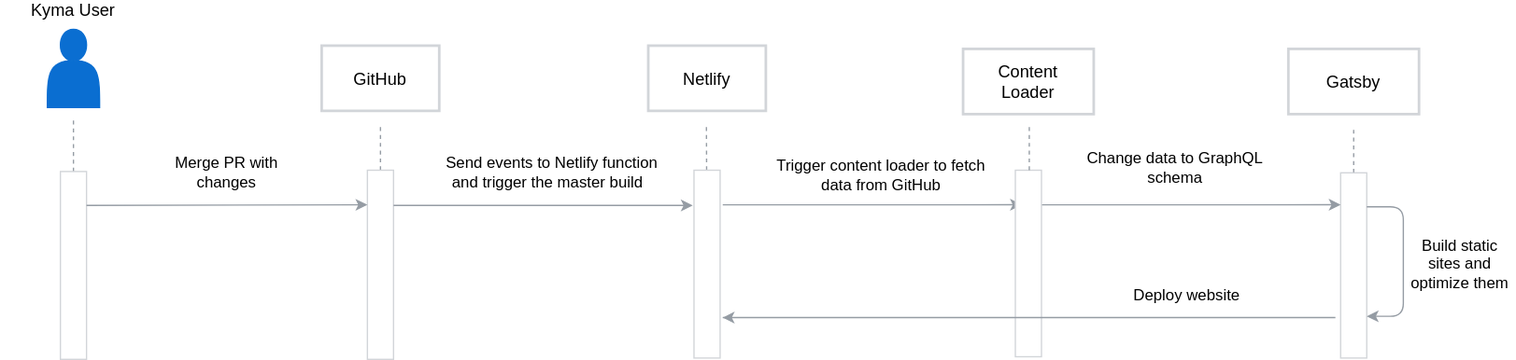
The draw.io diagram content/blog-posts/2020-05-19-kyma-website/building-process.svg in kyma-project/website, before a commit. Source tidied: cells renumbered, new cells last; positions are measured from the earlier drawing's top-left corner, leaving out a move shared by most shapes. Source of this version:
```xml
<mxGraphModel>
  <root>
    <mxCell id="0" />
    <mxCell id="1" parent="0" />
    <mxCell id="2" style="shape=actor;whiteSpace=wrap;html=1;fillColor=#0A6ED1;strokeColor=#0A6ED1;" parent="1" vertex="1">
      <mxGeometry x="35" y="18" width="40" height="60" as="geometry" />
    </mxCell>
    <mxCell id="3" style="endArrow=none;dashed=1;html=1;strokeColor=#959CA4;" parent="1" edge="1" source="5">
      <mxGeometry relative="1" as="geometry">
        <mxPoint x="55" y="88" as="targetPoint" />
      </mxGeometry>
    </mxCell>
    <mxCell id="4" style="endArrow=none;dashed=1;html=1;strokeColor=#959CA4;" parent="1" edge="1" source="6">
      <mxGeometry relative="1" as="geometry">
        <mxPoint x="290" y="90.5" as="targetPoint" />
      </mxGeometry>
    </mxCell>
    <mxCell id="5" style="rounded=0;whiteSpace=wrap;html=1;direction=south;strokeColor=#D2D5D9;" parent="1" vertex="1">
      <mxGeometry x="45" y="127" width="20" height="144" as="geometry" />
    </mxCell>
    <mxCell id="6" style="rounded=0;whiteSpace=wrap;html=1;direction=south;strokeColor=#D2D5D9;" parent="1" vertex="1">
      <mxGeometry x="280" y="126" width="20" height="145" as="geometry" />
    </mxCell>
    <mxCell id="7" style="rounded=0;whiteSpace=wrap;html=1;strokeWidth=2;strokeColor=#D2D5D9;" parent="1" vertex="1">
      <mxGeometry x="245" y="30.5" width="90" height="50" as="geometry" />
    </mxCell>
    <mxCell id="8" style="rounded=0;whiteSpace=wrap;html=1;strokeWidth=2;strokeColor=#D2D5D9;" parent="1" vertex="1">
      <mxGeometry x="736" y="33" width="100" height="50" as="geometry" />
    </mxCell>
    <mxCell id="9" value="&lt;font style=&quot;font-size: 13px&quot;&gt;Content Loader&lt;br&gt;&lt;/font&gt;" style="text;html=1;strokeColor=none;fillColor=none;align=center;verticalAlign=middle;whiteSpace=wrap;rounded=0;" parent="1" vertex="1">
      <mxGeometry x="746" y="45.5" width="80" height="25" as="geometry" />
    </mxCell>
    <mxCell id="10" value="&lt;font style=&quot;font-size: 13px&quot;&gt;Kyma User&lt;br&gt;&lt;br&gt;&lt;/font&gt;" style="text;html=1;strokeColor=none;fillColor=none;align=center;verticalAlign=middle;whiteSpace=wrap;rounded=0;" parent="1" vertex="1">
      <mxGeometry y="0.5" width="110" height="20" as="geometry" />
    </mxCell>
    <mxCell id="11" style="endArrow=none;dashed=1;html=1;strokeColor=#959CA4;" parent="1" edge="1" source="24">
      <mxGeometry relative="1" as="geometry">
        <mxPoint x="539.5" y="90.5" as="targetPoint" />
      </mxGeometry>
    </mxCell>
    <mxCell id="12" style="rounded=0;whiteSpace=wrap;html=1;strokeWidth=2;strokeColor=#D2D5D9;" parent="1" vertex="1">
      <mxGeometry x="495" y="30.5" width="90" height="50" as="geometry" />
    </mxCell>
    <mxCell id="13" value="&lt;font style=&quot;font-size: 13px&quot;&gt;GitHub&lt;br&gt;&lt;/font&gt;" style="text;html=1;strokeColor=none;fillColor=none;align=center;verticalAlign=middle;whiteSpace=wrap;rounded=0;" parent="1" vertex="1">
      <mxGeometry x="250" y="43" width="80" height="25" as="geometry" />
    </mxCell>
    <mxCell id="14" value="&lt;font style=&quot;font-size: 13px&quot;&gt;Netlify&lt;br&gt;&lt;/font&gt;" style="text;html=1;strokeColor=none;fillColor=none;align=center;verticalAlign=middle;whiteSpace=wrap;rounded=0;" parent="1" vertex="1">
      <mxGeometry x="500" y="43" width="80" height="25" as="geometry" />
    </mxCell>
    <mxCell id="15" style="edgeStyle=orthogonalEdgeStyle;rounded=0;html=1;jettySize=auto;orthogonalLoop=1;strokeColor=#959CA4;" parent="1" edge="1">
      <mxGeometry relative="1" as="geometry">
        <mxPoint x="65" y="153" as="sourcePoint" />
        <mxPoint x="280" y="152.5" as="targetPoint" />
        <Array as="points">
          <mxPoint x="65" y="153" />
          <mxPoint x="172" y="153" />
        </Array>
      </mxGeometry>
    </mxCell>
    <mxCell id="16" value="Merge PR with changes" style="text;html=1;strokeColor=none;fillColor=none;align=center;verticalAlign=middle;whiteSpace=wrap;rounded=0;" parent="1" vertex="1">
      <mxGeometry x="116" y="118" width="113" height="20" as="geometry" />
    </mxCell>
    <mxCell id="17" style="edgeStyle=orthogonalEdgeStyle;rounded=1;jettySize=auto;html=1;strokeColor=#959CA4;" parent="1" edge="1" source="6">
      <mxGeometry relative="1" as="geometry">
        <mxPoint x="529" y="153" as="targetPoint" />
        <Array as="points">
          <mxPoint x="529" y="153" />
        </Array>
      </mxGeometry>
    </mxCell>
    <mxCell id="18" value="Send events to Netlify function and trigger the master build&amp;nbsp;&amp;nbsp;" style="text;html=1;strokeColor=none;fillColor=none;align=center;verticalAlign=middle;whiteSpace=wrap;rounded=0;" parent="1" vertex="1">
      <mxGeometry x="338.2" y="118" width="166.5" height="20" as="geometry" />
    </mxCell>
    <mxCell id="19" value="Deploy website" style="text;html=1;strokeColor=none;fillColor=none;align=center;verticalAlign=middle;whiteSpace=wrap;rounded=0;" parent="1" vertex="1">
      <mxGeometry x="851" y="212" width="113" height="20" as="geometry" />
    </mxCell>
    <mxCell id="20" style="endArrow=none;dashed=1;html=1;strokeColor=#959CA4;" parent="1" edge="1" source="23">
      <mxGeometry relative="1" as="geometry">
        <mxPoint x="1035" y="93" as="targetPoint" />
      </mxGeometry>
    </mxCell>
    <mxCell id="21" style="rounded=0;whiteSpace=wrap;html=1;strokeWidth=2;strokeColor=#D2D5D9;" parent="1" vertex="1">
      <mxGeometry x="985" y="33" width="100" height="50" as="geometry" />
    </mxCell>
    <mxCell id="22" value="&lt;font style=&quot;font-size: 13px&quot;&gt;Gatsby&lt;br&gt;&lt;/font&gt;" style="text;html=1;strokeColor=none;fillColor=none;align=center;verticalAlign=middle;whiteSpace=wrap;rounded=0;" parent="1" vertex="1">
      <mxGeometry x="995" y="45.5" width="80" height="25" as="geometry" />
    </mxCell>
    <mxCell id="23" style="rounded=0;whiteSpace=wrap;html=1;direction=south;strokeColor=#D2D5D9;" parent="1" vertex="1">
      <mxGeometry x="1025" y="128" width="20" height="142" as="geometry" />
    </mxCell>
    <mxCell id="24" style="rounded=0;whiteSpace=wrap;html=1;direction=south;strokeColor=#D2D5D9;" parent="1" vertex="1">
      <mxGeometry x="530" y="126" width="20" height="144" as="geometry" />
    </mxCell>
    <mxCell id="25" style="edgeStyle=orthogonalEdgeStyle;rounded=1;orthogonalLoop=1;jettySize=auto;html=1;strokeColor=#959CA4;entryX=0.151;entryY=1.049;entryDx=0;entryDy=0;entryPerimeter=0;" parent="1" edge="1">
      <mxGeometry relative="1" as="geometry">
        <mxPoint x="552" y="152.5" as="sourcePoint" />
        <mxPoint x="781" y="152.5" as="targetPoint" />
        <Array as="points">
          <mxPoint x="697" y="152.3" />
        </Array>
      </mxGeometry>
    </mxCell>
    <mxCell id="26" value="Trigger content loader to fetch data from GitHub" style="text;html=1;strokeColor=none;fillColor=none;align=center;verticalAlign=middle;whiteSpace=wrap;rounded=0;" parent="1" vertex="1">
      <mxGeometry x="590" y="120" width="166.5" height="20" as="geometry" />
    </mxCell>
    <mxCell id="27" style="edgeStyle=orthogonalEdgeStyle;rounded=1;orthogonalLoop=1;jettySize=auto;html=1;strokeColor=#959CA4;entryX=0.151;entryY=1.049;entryDx=0;entryDy=0;entryPerimeter=0;" parent="1" edge="1">
      <mxGeometry relative="1" as="geometry">
        <mxPoint x="796" y="152.5" as="sourcePoint" />
        <mxPoint x="1025" y="152.5" as="targetPoint" />
        <Array as="points">
          <mxPoint x="941" y="152.3" />
        </Array>
      </mxGeometry>
    </mxCell>
    <mxCell id="28" value="Change data to GraphQL schema" style="text;html=1;strokeColor=none;fillColor=none;align=center;verticalAlign=middle;whiteSpace=wrap;rounded=0;" parent="1" vertex="1">
      <mxGeometry x="815" y="114" width="166.5" height="20" as="geometry" />
    </mxCell>
    <mxCell id="29" value="Build static sites and optimize them" style="text;html=1;strokeColor=none;fillColor=none;align=center;verticalAlign=middle;whiteSpace=wrap;rounded=0;" parent="1" vertex="1">
      <mxGeometry x="1075" y="168" width="83" height="59" as="geometry" />
    </mxCell>
    <mxCell id="30" style="rounded=0;whiteSpace=wrap;html=1;direction=south;strokeColor=#D2D5D9;" parent="1" vertex="1">
      <mxGeometry x="776" y="126" width="20" height="143" as="geometry" />
    </mxCell>
    <mxCell id="31" style="edgeStyle=orthogonalEdgeStyle;rounded=0;html=1;jettySize=auto;orthogonalLoop=1;strokeColor=#959CA4;" parent="1" edge="1">
      <mxGeometry relative="1" as="geometry">
        <mxPoint x="1021" y="239" as="sourcePoint" />
        <mxPoint x="552" y="239" as="targetPoint" />
        <Array as="points">
          <mxPoint x="552" y="239" />
        </Array>
      </mxGeometry>
    </mxCell>
    <mxCell id="32" style="edgeStyle=orthogonalEdgeStyle;rounded=1;orthogonalLoop=1;jettySize=auto;html=1;strokeColor=#959CA4;" parent="1" edge="1">
      <mxGeometry relative="1" as="geometry">
        <mxPoint x="1045" y="154" as="sourcePoint" />
        <mxPoint x="1045" y="238" as="targetPoint" />
        <Array as="points">
          <mxPoint x="1073" y="154" />
          <mxPoint x="1073" y="238" />
        </Array>
      </mxGeometry>
    </mxCell>
    <mxCell id="33" style="endArrow=none;dashed=1;html=1;strokeColor=#959CA4;" parent="1" edge="1">
      <mxGeometry relative="1" as="geometry">
        <mxPoint x="786.7" y="126" as="sourcePoint" />
        <mxPoint x="786.7" y="91" as="targetPoint" />
      </mxGeometry>
    </mxCell>
  </root>
</mxGraphModel>
```
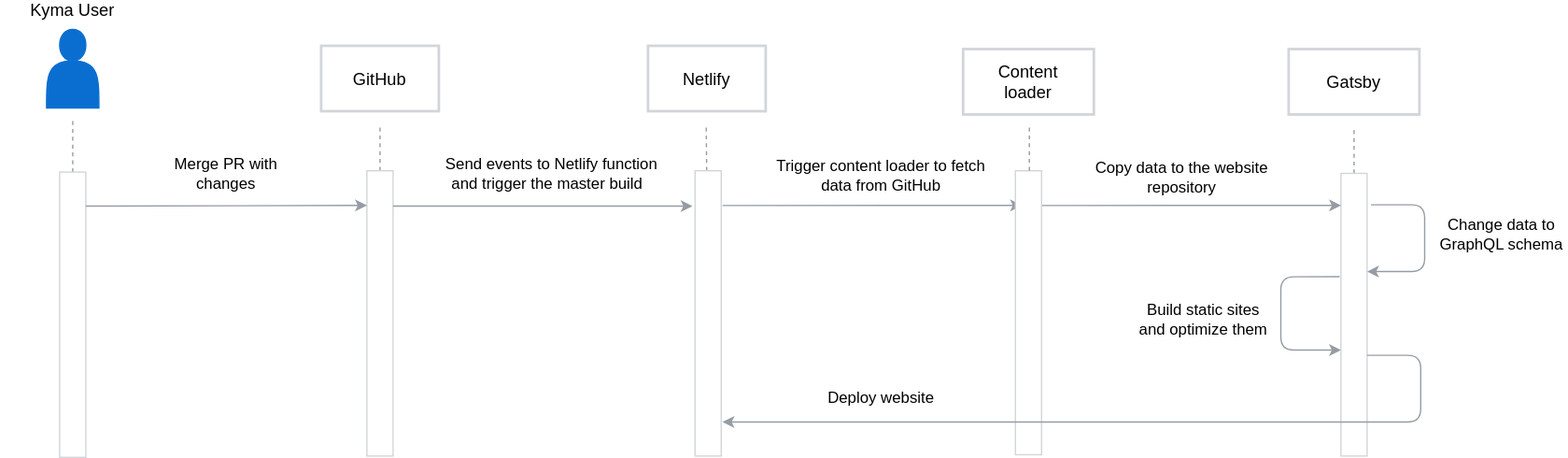
After the commit.

Change to the diagram source:
```diff
@@ -16,10 +16,10 @@
       </mxGeometry>
     </mxCell>
     <mxCell id="5" style="rounded=0;whiteSpace=wrap;html=1;direction=south;strokeColor=#D2D5D9;" parent="1" vertex="1">
-      <mxGeometry x="45" y="127" width="20" height="144" as="geometry" />
+      <mxGeometry x="45" y="127" width="20" height="218" as="geometry" />
     </mxCell>
     <mxCell id="6" style="rounded=0;whiteSpace=wrap;html=1;direction=south;strokeColor=#D2D5D9;" parent="1" vertex="1">
-      <mxGeometry x="280" y="126" width="20" height="145" as="geometry" />
+      <mxGeometry x="280" y="126" width="20" height="218" as="geometry" />
     </mxCell>
     <mxCell id="7" style="rounded=0;whiteSpace=wrap;html=1;strokeWidth=2;strokeColor=#D2D5D9;" parent="1" vertex="1">
       <mxGeometry x="245" y="30.5" width="90" height="50" as="geometry" />
@@ -27,7 +27,7 @@
     <mxCell id="8" style="rounded=0;whiteSpace=wrap;html=1;strokeWidth=2;strokeColor=#D2D5D9;" parent="1" vertex="1">
       <mxGeometry x="736" y="33" width="100" height="50" as="geometry" />
     </mxCell>
-    <mxCell id="9" value="&lt;font style=&quot;font-size: 13px&quot;&gt;Content Loader&lt;br&gt;&lt;/font&gt;" style="text;html=1;strokeColor=none;fillColor=none;align=center;verticalAlign=middle;whiteSpace=wrap;rounded=0;" parent="1" vertex="1">
+    <mxCell id="9" value="&lt;font style=&quot;font-size: 13px&quot;&gt;Content loader&lt;br&gt;&lt;/font&gt;" style="text;html=1;strokeColor=none;fillColor=none;align=center;verticalAlign=middle;whiteSpace=wrap;rounded=0;" parent="1" vertex="1">
       <mxGeometry x="746" y="45.5" width="80" height="25" as="geometry" />
     </mxCell>
     <mxCell id="10" value="&lt;font style=&quot;font-size: 13px&quot;&gt;Kyma User&lt;br&gt;&lt;br&gt;&lt;/font&gt;" style="text;html=1;strokeColor=none;fillColor=none;align=center;verticalAlign=middle;whiteSpace=wrap;rounded=0;" parent="1" vertex="1">
@@ -72,7 +72,7 @@
       <mxGeometry x="338.2" y="118" width="166.5" height="20" as="geometry" />
     </mxCell>
     <mxCell id="19" value="Deploy website" style="text;html=1;strokeColor=none;fillColor=none;align=center;verticalAlign=middle;whiteSpace=wrap;rounded=0;" parent="1" vertex="1">
-      <mxGeometry x="851" y="212" width="113" height="20" as="geometry" />
+      <mxGeometry x="616.8" y="290" width="113" height="20" as="geometry" />
     </mxCell>
     <mxCell id="20" style="endArrow=none;dashed=1;html=1;strokeColor=#959CA4;" parent="1" edge="1" source="23">
       <mxGeometry relative="1" as="geometry">
@@ -86,10 +86,10 @@
       <mxGeometry x="995" y="45.5" width="80" height="25" as="geometry" />
     </mxCell>
     <mxCell id="23" style="rounded=0;whiteSpace=wrap;html=1;direction=south;strokeColor=#D2D5D9;" parent="1" vertex="1">
-      <mxGeometry x="1025" y="128" width="20" height="142" as="geometry" />
+      <mxGeometry x="1025" y="128" width="20" height="216" as="geometry" />
     </mxCell>
     <mxCell id="24" style="rounded=0;whiteSpace=wrap;html=1;direction=south;strokeColor=#D2D5D9;" parent="1" vertex="1">
-      <mxGeometry x="530" y="126" width="20" height="144" as="geometry" />
+      <mxGeometry x="531" y="126" width="20" height="218" as="geometry" />
     </mxCell>
     <mxCell id="25" style="edgeStyle=orthogonalEdgeStyle;rounded=1;orthogonalLoop=1;jettySize=auto;html=1;strokeColor=#959CA4;entryX=0.151;entryY=1.049;entryDx=0;entryDy=0;entryPerimeter=0;" parent="1" edge="1">
       <mxGeometry relative="1" as="geometry">
@@ -112,39 +112,53 @@
         </Array>
       </mxGeometry>
     </mxCell>
-    <mxCell id="28" value="Change data to GraphQL schema" style="text;html=1;strokeColor=none;fillColor=none;align=center;verticalAlign=middle;whiteSpace=wrap;rounded=0;" parent="1" vertex="1">
-      <mxGeometry x="815" y="114" width="166.5" height="20" as="geometry" />
+    <mxCell id="28" value="Copy data to the website repository" style="text;html=1;strokeColor=none;fillColor=none;align=center;verticalAlign=middle;whiteSpace=wrap;rounded=0;" parent="1" vertex="1">
+      <mxGeometry x="820" y="121" width="166.5" height="20" as="geometry" />
     </mxCell>
     <mxCell id="29" value="Build static sites and optimize them" style="text;html=1;strokeColor=none;fillColor=none;align=center;verticalAlign=middle;whiteSpace=wrap;rounded=0;" parent="1" vertex="1">
-      <mxGeometry x="1075" y="168" width="83" height="59" as="geometry" />
+      <mxGeometry x="869" y="210" width="102" height="59" as="geometry" />
     </mxCell>
     <mxCell id="30" style="rounded=0;whiteSpace=wrap;html=1;direction=south;strokeColor=#D2D5D9;" parent="1" vertex="1">
-      <mxGeometry x="776" y="126" width="20" height="143" as="geometry" />
+      <mxGeometry x="776" y="126" width="20" height="217" as="geometry" />
     </mxCell>
-    <mxCell id="31" style="edgeStyle=orthogonalEdgeStyle;rounded=0;html=1;jettySize=auto;orthogonalLoop=1;strokeColor=#959CA4;" parent="1" edge="1">
-      <mxGeometry relative="1" as="geometry">
-        <mxPoint x="1021" y="239" as="sourcePoint" />
-        <mxPoint x="552" y="239" as="targetPoint" />
-        <Array as="points">
-          <mxPoint x="552" y="239" />
-        </Array>
-      </mxGeometry>
-    </mxCell>
-    <mxCell id="32" style="edgeStyle=orthogonalEdgeStyle;rounded=1;orthogonalLoop=1;jettySize=auto;html=1;strokeColor=#959CA4;" parent="1" edge="1">
-      <mxGeometry relative="1" as="geometry">
-        <mxPoint x="1045" y="154" as="sourcePoint" />
-        <mxPoint x="1045" y="238" as="targetPoint" />
-        <Array as="points">
-          <mxPoint x="1073" y="154" />
-          <mxPoint x="1073" y="238" />
-        </Array>
-      </mxGeometry>
-    </mxCell>
     <mxCell id="33" style="endArrow=none;dashed=1;html=1;strokeColor=#959CA4;" parent="1" edge="1">
       <mxGeometry relative="1" as="geometry">
         <mxPoint x="786.7" y="126" as="sourcePoint" />
         <mxPoint x="786.7" y="91" as="targetPoint" />
       </mxGeometry>
     </mxCell>
+    <mxCell id="34" value="Change data to GraphQL schema" style="text;html=1;strokeColor=none;fillColor=none;align=center;verticalAlign=middle;whiteSpace=wrap;rounded=0;" parent="1" vertex="1">
+      <mxGeometry x="1098" y="165" width="100" height="20" as="geometry" />
+    </mxCell>
+    <mxCell id="35" style="edgeStyle=orthogonalEdgeStyle;rounded=1;orthogonalLoop=1;jettySize=auto;html=1;strokeColor=#959CA4;entryX=0.444;entryY=0;entryDx=0;entryDy=0;entryPerimeter=0;" parent="1" edge="1">
+      <mxGeometry relative="1" as="geometry">
+        <mxPoint x="1048" y="152" as="sourcePoint" />
+        <mxPoint x="1045" y="203" as="targetPoint" />
+        <Array as="points">
+          <mxPoint x="1089" y="152" />
+          <mxPoint x="1089" y="203" />
+        </Array>
+      </mxGeometry>
+    </mxCell>
+    <mxCell id="36" style="edgeStyle=orthogonalEdgeStyle;rounded=1;orthogonalLoop=1;jettySize=auto;html=1;strokeColor=#959CA4;exitX=0.556;exitY=1.2;exitDx=0;exitDy=0;exitPerimeter=0;" parent="1" edge="1">
+      <mxGeometry relative="1" as="geometry">
+        <mxPoint x="1024" y="207" as="sourcePoint" />
+        <mxPoint x="1025" y="263" as="targetPoint" />
+        <Array as="points">
+          <mxPoint x="979" y="207" />
+          <mxPoint x="979" y="263" />
+        </Array>
+      </mxGeometry>
+    </mxCell>
+    <mxCell id="37" style="edgeStyle=orthogonalEdgeStyle;rounded=1;orthogonalLoop=1;jettySize=auto;html=1;strokeColor=#959CA4;" parent="1" edge="1">
+      <mxGeometry relative="1" as="geometry">
+        <mxPoint x="1045" y="267" as="sourcePoint" />
+        <mxPoint x="552" y="318" as="targetPoint" />
+        <Array as="points">
+          <mxPoint x="1086" y="267" />
+          <mxPoint x="1086" y="318" />
+        </Array>
+      </mxGeometry>
+    </mxCell>
   </root>
 </mxGraphModel>
```
